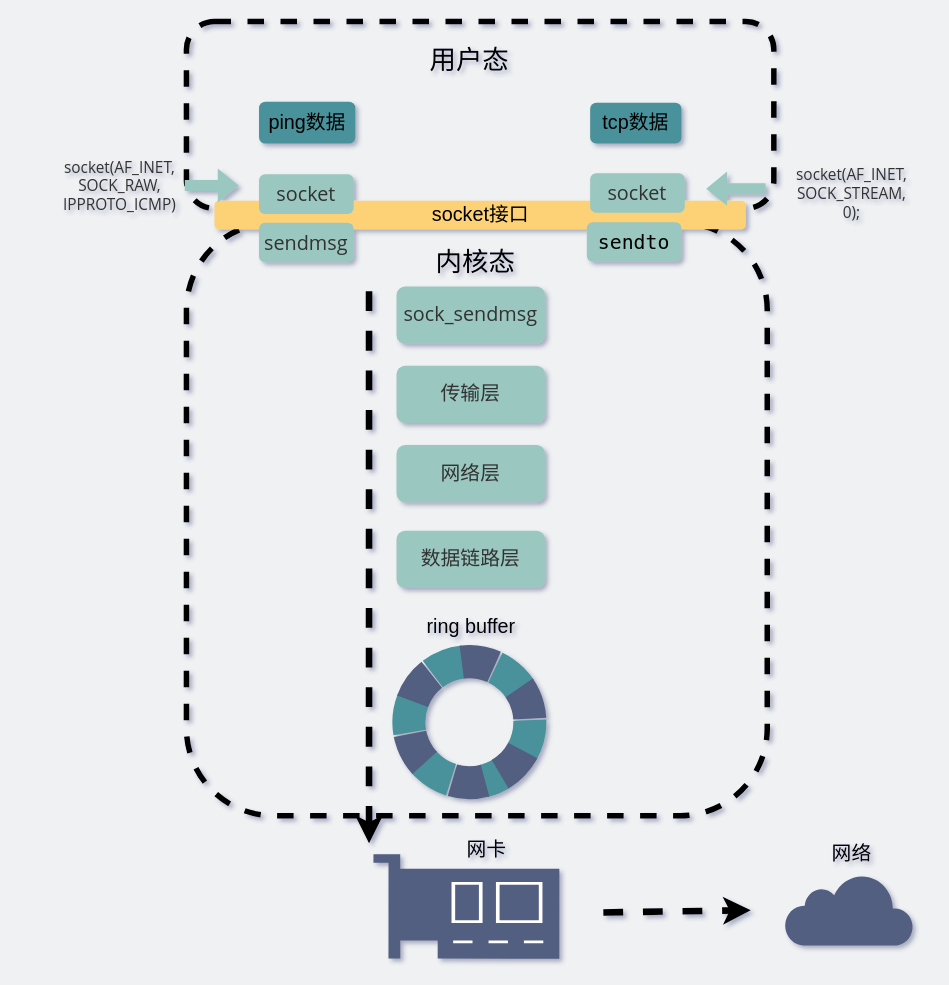
This is network/ping和普通发消息的关系.drawio from xiaobaiTech/image, a draw.io file, before an edit. Source tidied: cells renumbered, new cells numbered last; positions are measured from the earlier drawing's top-left corner, leaving out a move shared by most shapes. Both pictures are drawn from the tidied source at 110%, with x=0, y=0 at pixel (59, 21).
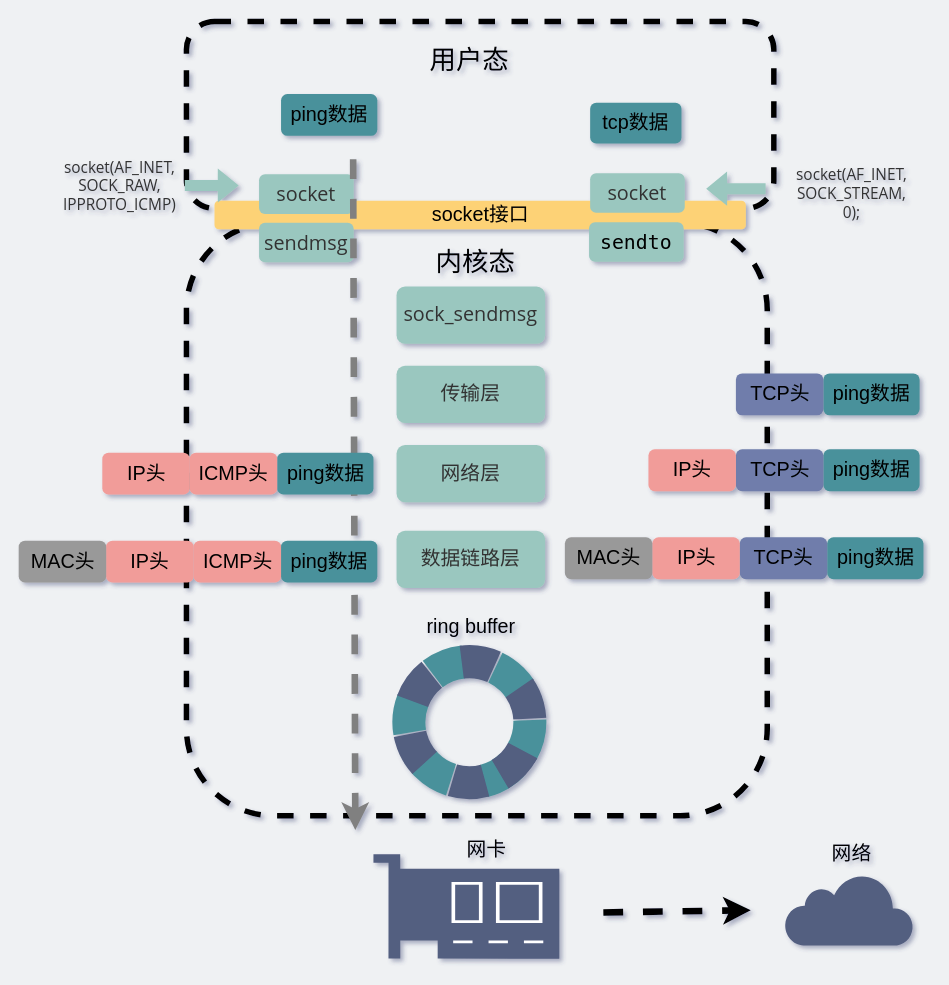
The same diagram, later.

Commit message:
Update ping和普通发消息的关系.drawio

Diff of the diagram source:
```diff
@@
     <mxCell id="4" value="&lt;font style=&quot;font-size: 18px&quot;&gt;ping数据&lt;/font&gt;" style="rounded=1;whiteSpace=wrap;html=1;strokeColor=none;fillColor=#4A919B;" parent="1" vertex="1">
-      <mxGeometry x="181" y="73" width="87.5" height="38" as="geometry" />
+      <mxGeometry x="201" y="66" width="87.5" height="38" as="geometry" />
     </mxCell>
@@
     <mxCell id="10" value="&lt;div style=&quot;font-family: &amp;quot;menlo&amp;quot; , &amp;quot;monaco&amp;quot; , &amp;quot;courier new&amp;quot; , monospace ; line-height: 23px&quot;&gt;&lt;span style=&quot;&quot;&gt;&lt;font style=&quot;font-size: 18px&quot;&gt;sendto&lt;/font&gt;&lt;/span&gt;&lt;/div&gt;" style="rounded=1;whiteSpace=wrap;html=1;strokeColor=none;fillColor=#9AC7BF;labelBackgroundColor=none;" parent="1" vertex="1">
-      <mxGeometry x="479" y="182.5" width="86" height="36" as="geometry" />
+      <mxGeometry x="481" y="182.5" width="86" height="36" as="geometry" />
     </mxCell>
@@
-    <mxCell id="26" style="endArrow=none;dashed=1;html=1;labelBackgroundColor=none;fontSize=18;fontColor=#9AC7BF;fillColor=#9AC7BF;startArrow=classic;startFill=1;strokeWidth=6;" parent="1" edge="1">
+    <mxCell id="26" style="endArrow=none;dashed=1;html=1;labelBackgroundColor=none;fontSize=18;fontColor=#9AC7BF;fillColor=#9AC7BF;startArrow=classic;startFill=1;strokeWidth=6;strokeColor=#808080;" parent="1" edge="1">
       <mxGeometry relative="1" as="geometry">
-        <mxPoint x="281" y="747" as="sourcePoint" />
-        <mxPoint x="281" y="243" as="targetPoint" />
+        <mxPoint x="268.5" y="735" as="sourcePoint" />
+        <mxPoint x="266.5" y="111" as="targetPoint" />
       </mxGeometry>
     </mxCell>
@@
+    <mxCell id="30" value="&lt;font style=&quot;font-size: 18px&quot;&gt;ping数据&lt;/font&gt;" style="rounded=1;whiteSpace=wrap;html=1;strokeColor=none;fillColor=#4A919B;" parent="1" vertex="1">
+      <mxGeometry x="197.5" y="392" width="87.5" height="38" as="geometry" />
+    </mxCell>
+    <mxCell id="31" value="&lt;font style=&quot;font-size: 18px&quot;&gt;ICMP头&lt;/font&gt;" style="rounded=1;whiteSpace=wrap;html=1;strokeColor=none;fillColor=#F19C99;" parent="1" vertex="1">
+      <mxGeometry x="118" y="392" width="79.5" height="38" as="geometry" />
+    </mxCell>
+    <mxCell id="32" value="&lt;font style=&quot;font-size: 18px&quot;&gt;IP头&lt;/font&gt;" style="rounded=1;whiteSpace=wrap;html=1;strokeColor=none;fillColor=#F19C99;" parent="1" vertex="1">
+      <mxGeometry x="38.5" y="392" width="79.5" height="38" as="geometry" />
+    </mxCell>
+    <mxCell id="33" value="&lt;font style=&quot;font-size: 18px&quot;&gt;ping数据&lt;/font&gt;" style="rounded=1;whiteSpace=wrap;html=1;strokeColor=none;fillColor=#4A919B;" parent="1" vertex="1">
+      <mxGeometry x="201" y="472" width="87.5" height="38" as="geometry" />
+    </mxCell>
+    <mxCell id="34" value="&lt;font style=&quot;font-size: 18px&quot;&gt;ICMP头&lt;/font&gt;" style="rounded=1;whiteSpace=wrap;html=1;strokeColor=none;fillColor=#F19C99;" parent="1" vertex="1">
+      <mxGeometry x="121.5" y="472" width="79.5" height="38" as="geometry" />
+    </mxCell>
+    <mxCell id="35" value="&lt;font style=&quot;font-size: 18px&quot;&gt;IP头&lt;/font&gt;" style="rounded=1;whiteSpace=wrap;html=1;strokeColor=none;fillColor=#F19C99;" parent="1" vertex="1">
+      <mxGeometry x="42" y="472" width="79.5" height="38" as="geometry" />
+    </mxCell>
+    <mxCell id="36" value="&lt;font style=&quot;font-size: 18px&quot;&gt;MAC头&lt;/font&gt;" style="rounded=1;whiteSpace=wrap;html=1;strokeColor=none;fillColor=#999999;" parent="1" vertex="1">
+      <mxGeometry x="-37.5" y="472" width="79.5" height="38" as="geometry" />
+    </mxCell>
+    <mxCell id="37" value="&lt;font style=&quot;font-size: 18px&quot;&gt;ping数据&lt;/font&gt;" style="rounded=1;whiteSpace=wrap;html=1;strokeColor=none;fillColor=#4A919B;" parent="1" vertex="1">
+      <mxGeometry x="694" y="389" width="87.5" height="38" as="geometry" />
+    </mxCell>
+    <mxCell id="38" value="&lt;font style=&quot;font-size: 18px&quot;&gt;TCP头&lt;/font&gt;" style="rounded=1;whiteSpace=wrap;html=1;strokeColor=none;fillColor=#6F7DAB;" parent="1" vertex="1">
+      <mxGeometry x="614.5" y="389" width="79.5" height="38" as="geometry" />
+    </mxCell>
+    <mxCell id="39" value="&lt;font style=&quot;font-size: 18px&quot;&gt;IP头&lt;/font&gt;" style="rounded=1;whiteSpace=wrap;html=1;strokeColor=none;fillColor=#F19C99;" parent="1" vertex="1">
+      <mxGeometry x="535" y="389" width="79.5" height="38" as="geometry" />
+    </mxCell>
+    <mxCell id="40" value="&lt;font style=&quot;font-size: 18px&quot;&gt;ping数据&lt;/font&gt;" style="rounded=1;whiteSpace=wrap;html=1;strokeColor=none;fillColor=#4A919B;" parent="1" vertex="1">
+      <mxGeometry x="697.5" y="469" width="87.5" height="38" as="geometry" />
+    </mxCell>
+    <mxCell id="41" value="&lt;span style=&quot;font-size: 18px&quot;&gt;TCP头&lt;/span&gt;" style="rounded=1;whiteSpace=wrap;html=1;strokeColor=none;fillColor=#6F7DAB;" parent="1" vertex="1">
+      <mxGeometry x="618" y="469" width="79.5" height="38" as="geometry" />
+    </mxCell>
+    <mxCell id="42" value="&lt;font style=&quot;font-size: 18px&quot;&gt;IP头&lt;/font&gt;" style="rounded=1;whiteSpace=wrap;html=1;strokeColor=none;fillColor=#F19C99;" parent="1" vertex="1">
+      <mxGeometry x="538.5" y="469" width="79.5" height="38" as="geometry" />
+    </mxCell>
+    <mxCell id="43" value="&lt;font style=&quot;font-size: 18px&quot;&gt;MAC头&lt;/font&gt;" style="rounded=1;whiteSpace=wrap;html=1;strokeColor=none;fillColor=#999999;" parent="1" vertex="1">
+      <mxGeometry x="459" y="469" width="79.5" height="38" as="geometry" />
+    </mxCell>
+    <mxCell id="44" value="&lt;font style=&quot;font-size: 18px&quot;&gt;ping数据&lt;/font&gt;" style="rounded=1;whiteSpace=wrap;html=1;strokeColor=none;fillColor=#4A919B;" parent="1" vertex="1">
+      <mxGeometry x="694" y="320" width="87.5" height="38" as="geometry" />
+    </mxCell>
+    <mxCell id="45" value="&lt;font style=&quot;font-size: 18px&quot;&gt;TCP头&lt;/font&gt;" style="rounded=1;whiteSpace=wrap;html=1;strokeColor=none;fillColor=#6F7DAB;" parent="1" vertex="1">
+      <mxGeometry x="614.5" y="320" width="79.5" height="38" as="geometry" />
+    </mxCell>
```
